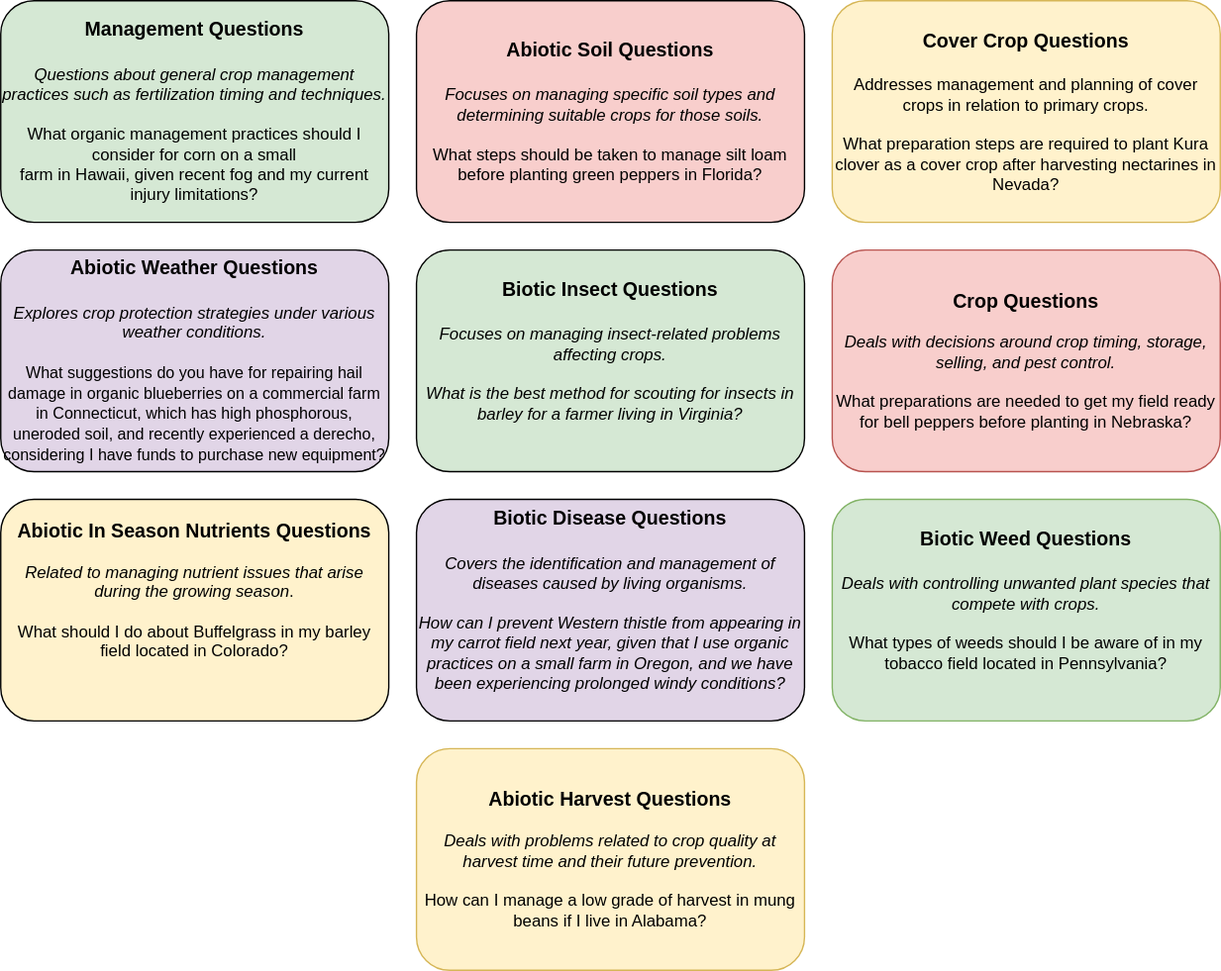
The draw.io diagram static/images/ag_question_categories_fixed2.svg in baskargroup/Ag_reasoning, before a commit. Source tidied: cells renumbered, new cells last; positions are measured from the earlier drawing's top-left corner, leaving out a move shared by most shapes.
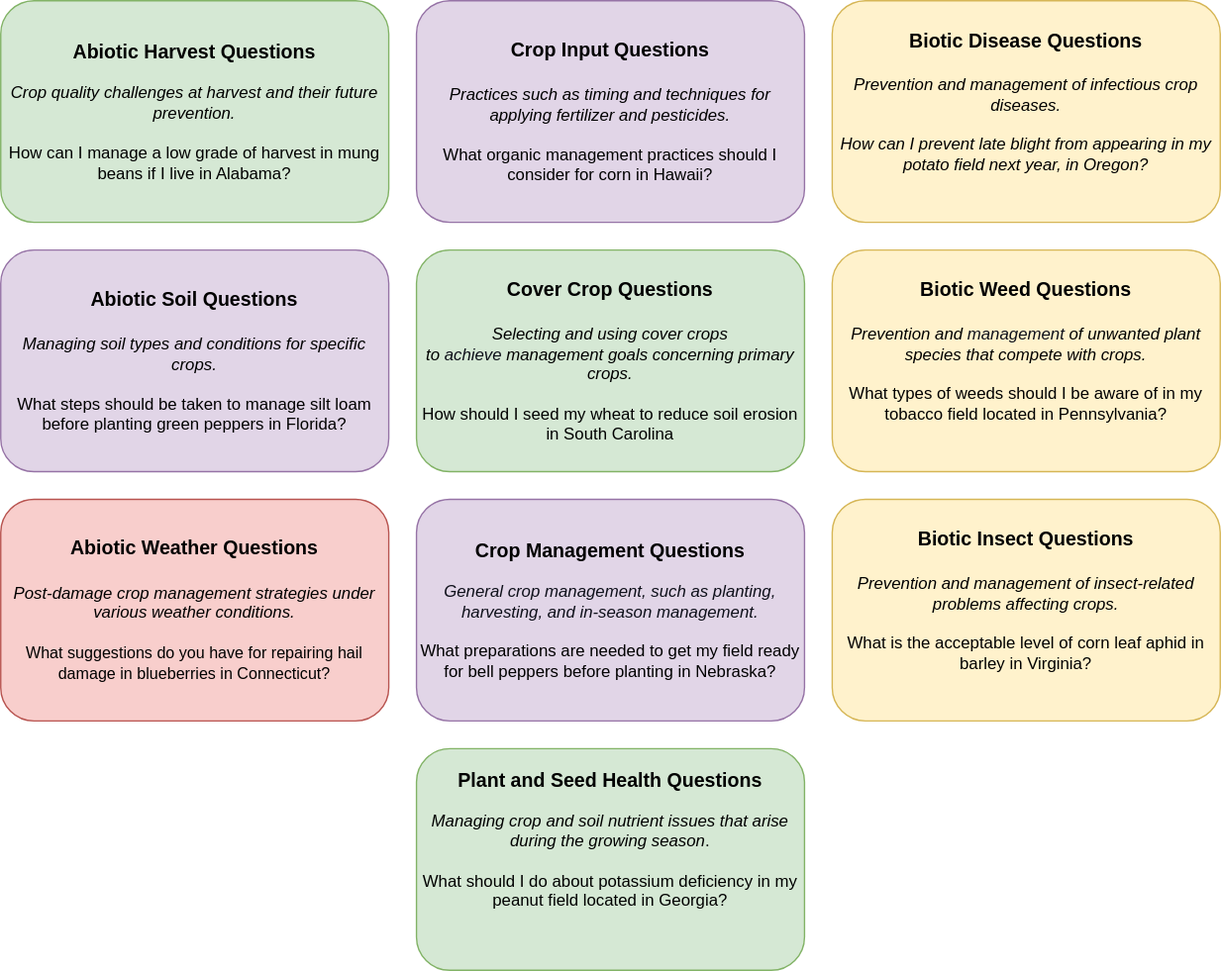
Later version of the same file.

What changed in the source:
```diff
@@ -2,35 +2,35 @@
   <root>
     <mxCell id="0" />
     <mxCell id="1" parent="0" />
+    <mxCell id="5" value="&lt;font style=&quot;font-size: 14px;&quot;&gt;&lt;b style=&quot;&quot;&gt;Cover Crop Questions&lt;/b&gt;&lt;/font&gt;&lt;div&gt;&lt;font style=&quot;font-size: 14px;&quot;&gt;&lt;b&gt;&lt;br&gt;&lt;/b&gt;&lt;/font&gt;&lt;i&gt;Selecting and using cover crops to&amp;nbsp;&lt;/i&gt;&lt;em style=&quot;color: rgb(14, 16, 26); background: transparent; margin-top:0pt; margin-bottom:0pt;&quot;&gt;achieve&amp;nbsp;&lt;/em&gt;&lt;i&gt;management goals concerning primary crops.&lt;/i&gt;&lt;br&gt;&lt;div&gt;&lt;br&gt;&lt;/div&gt;&lt;/div&gt;&lt;div&gt;How should I seed my wheat to reduce soil erosion in South Carolina&lt;/div&gt;" style="shape=rectangle;whiteSpace=wrap;html=1;rounded=1;fillColor=#d5e8d4;strokeColor=#82b366;" parent="1" vertex="1">
+      <mxGeometry x="300" y="180" width="280" height="160" as="geometry" />
+    </mxCell>
-    <mxCell id="2" value="&lt;font style=&quot;font-size: 14px;&quot;&gt;&lt;b style=&quot;&quot;&gt;Management Questions&lt;/b&gt;&lt;/font&gt;&lt;div&gt;&lt;font style=&quot;font-size: 14px;&quot;&gt;&lt;b&gt;&lt;br&gt;&lt;/b&gt;&lt;/font&gt;&lt;i&gt;Questions about general crop management practices such as fertilization timing and techniques.&lt;br&gt;&lt;/i&gt;&lt;br&gt;&lt;div&gt;What organic management practices should I consider for corn on a small &lt;br/&gt;farm in Hawaii, given recent fog and my current injury limitations?&lt;/div&gt;&lt;/div&gt;" style="shape=rectangle;whiteSpace=wrap;html=1;rounded=1;fillColor=#d5e8d4;strokeColor=#000000;" parent="1" vertex="1">
-      <mxGeometry width="280" height="160" as="geometry" />
+    <mxCell id="2" value="&lt;font style=&quot;font-size: 14px;&quot;&gt;&lt;b style=&quot;&quot;&gt;Crop Input Questions&lt;/b&gt;&lt;/font&gt;&lt;div&gt;&lt;font style=&quot;font-size: 14px;&quot;&gt;&lt;b&gt;&lt;br&gt;&lt;/b&gt;&lt;/font&gt;&lt;i&gt;Practices such as timing and techniques for applying fertilizer and pesticides.&lt;br&gt;&lt;/i&gt;&lt;br&gt;&lt;div&gt;What organic management practices should I consider for corn&amp;nbsp;in Hawaii?&lt;/div&gt;&lt;/div&gt;" style="shape=rectangle;whiteSpace=wrap;html=1;rounded=1;fillColor=#e1d5e7;strokeColor=#9673a6;" parent="1" vertex="1">
+      <mxGeometry x="300" width="280" height="160" as="geometry" />
     </mxCell>
-    <mxCell id="3" value="&lt;font style=&quot;font-size: 14px;&quot;&gt;&lt;b style=&quot;&quot;&gt;Abiotic Soil Questions&lt;/b&gt;&lt;/font&gt;&lt;div&gt;&lt;font style=&quot;font-size: 14px;&quot;&gt;&lt;b&gt;&lt;br&gt;&lt;/b&gt;&lt;/font&gt;&lt;i&gt;Focuses on managing specific soil types and determining suitable crops for those soils.&lt;br&gt;&lt;br&gt;&lt;/i&gt;&lt;div&gt;What steps should be taken to manage silt loam before planting green peppers in Florida?&lt;/div&gt;&lt;/div&gt;" style="shape=rectangle;whiteSpace=wrap;html=1;rounded=1;fillColor=#f8cecc;strokeColor=#000000;" parent="1" vertex="1">
-      <mxGeometry x="300" width="280" height="160" as="geometry" />
+    <mxCell id="3" value="&lt;font style=&quot;font-size: 14px;&quot;&gt;&lt;b style=&quot;&quot;&gt;Abiotic Soil Questions&lt;/b&gt;&lt;/font&gt;&lt;div&gt;&lt;font style=&quot;font-size: 14px;&quot;&gt;&lt;b&gt;&lt;br&gt;&lt;/b&gt;&lt;/font&gt;&lt;i&gt;Managing soil types and conditions for specific crops.&lt;br&gt;&lt;br&gt;&lt;/i&gt;&lt;div&gt;What steps should be taken to manage silt loam before planting green peppers in Florida?&lt;/div&gt;&lt;/div&gt;" style="shape=rectangle;whiteSpace=wrap;html=1;rounded=1;fillColor=#e1d5e7;strokeColor=#9673a6;" parent="1" vertex="1">
+      <mxGeometry y="180" width="280" height="160" as="geometry" />
     </mxCell>
-    <mxCell id="4" value="&lt;b&gt;&lt;font style=&quot;font-size: 14px;&quot;&gt;Crop Questions&lt;/font&gt;&lt;/b&gt;&lt;div&gt;&lt;b&gt;&lt;br&gt;&lt;/b&gt;&lt;i&gt;Deals with decisions around crop timing, storage, selling, and pest control.&lt;/i&gt;&lt;/div&gt;&lt;div&gt;&lt;i&gt;&lt;br&gt;&lt;/i&gt;&lt;div&gt;What preparations are needed to get my field ready for bell peppers before planting in Nebraska?&lt;/div&gt;&lt;/div&gt;" style="shape=rectangle;whiteSpace=wrap;html=1;rounded=1;fillColor=#f8cecc;strokeColor=#b85450;" parent="1" vertex="1">
-      <mxGeometry x="600" y="180" width="280" height="160" as="geometry" />
+    <mxCell id="4" value="&lt;b&gt;&lt;font style=&quot;font-size: 14px;&quot;&gt;Crop Management Questions&lt;/font&gt;&lt;/b&gt;&lt;div&gt;&lt;b&gt;&lt;br&gt;&lt;/b&gt;&lt;em style=&quot;color: rgb(14, 16, 26); background: transparent; margin-top:0pt; margin-bottom:0pt;&quot;&gt;General crop management, such as planting, harvesting, and in-season management.&lt;/em&gt;&lt;/div&gt;&lt;div&gt;&lt;i&gt;&lt;br&gt;&lt;/i&gt;&lt;div&gt;What preparations are needed to get my field ready for bell peppers before planting in Nebraska?&lt;/div&gt;&lt;/div&gt;" style="shape=rectangle;whiteSpace=wrap;html=1;rounded=1;fillColor=#e1d5e7;strokeColor=#9673a6;" parent="1" vertex="1">
+      <mxGeometry x="300" y="360" width="280" height="160" as="geometry" />
     </mxCell>
-    <mxCell id="5" value="&lt;font style=&quot;font-size: 14px;&quot;&gt;&lt;b style=&quot;&quot;&gt;Cover Crop Questions&lt;/b&gt;&lt;/font&gt;&lt;div&gt;&lt;font style=&quot;font-size: 14px;&quot;&gt;&lt;b&gt;&lt;br&gt;&lt;/b&gt;&lt;/font&gt;Addresses management and planning of cover crops in relation to primary crops.&lt;br&gt;&lt;div&gt;&lt;br&gt;&lt;/div&gt;&lt;/div&gt;&lt;div&gt;What preparation steps are required to plant Kura clover as a cover crop after harvesting nectarines in Nevada?&lt;/div&gt;" style="shape=rectangle;whiteSpace=wrap;html=1;rounded=1;fillColor=#fff2cc;strokeColor=#d6b656;" parent="1" vertex="1">
-      <mxGeometry x="600" width="280" height="160" as="geometry" />
-    </mxCell>
-    <mxCell id="6" value="&lt;font style=&quot;font-size: 14px;&quot;&gt;&lt;b style=&quot;&quot;&gt;Abiotic Weather Questions&lt;/b&gt;&lt;/font&gt;&lt;div&gt;&lt;font style=&quot;font-size: 14px;&quot;&gt;&lt;b&gt;&lt;br&gt;&lt;/b&gt;&lt;/font&gt;&lt;i&gt;Explores crop protection strategies under various weather conditions.&lt;br&gt;&lt;/i&gt;&lt;div&gt;&lt;br&gt;&lt;/div&gt;&lt;/div&gt;&lt;div&gt;&lt;font style=&quot;font-size: 11.5px;&quot;&gt;What suggestions do you have for repairing hail damage in organic blueberries on a commercial farm in Connecticut, which has high phosphorous, uneroded soil, and recently experienced a derecho, considering I have funds to purchase new equipment?&lt;/font&gt;&lt;/div&gt;" style="shape=rectangle;whiteSpace=wrap;html=1;rounded=1;fillColor=#e1d5e7;strokeColor=#000000;" parent="1" vertex="1">
-      <mxGeometry y="180" width="280" height="160" as="geometry" />
+    <mxCell id="6" value="&lt;font style=&quot;font-size: 14px;&quot;&gt;&lt;b style=&quot;&quot;&gt;Abiotic Weather Questions&lt;/b&gt;&lt;/font&gt;&lt;div&gt;&lt;font style=&quot;font-size: 14px;&quot;&gt;&lt;b&gt;&lt;br&gt;&lt;/b&gt;&lt;/font&gt;&lt;i&gt;Post-damage crop management strategies under various weather conditions.&lt;br&gt;&lt;/i&gt;&lt;div&gt;&lt;br&gt;&lt;/div&gt;&lt;/div&gt;&lt;div&gt;&lt;font style=&quot;font-size: 11.5px;&quot;&gt;What suggestions do you have for repairing hail damage in blueberries in Connecticut?&lt;/font&gt;&lt;/div&gt;" style="shape=rectangle;whiteSpace=wrap;html=1;rounded=1;fillColor=#f8cecc;strokeColor=#b85450;" parent="1" vertex="1">
+      <mxGeometry y="360" width="280" height="160" as="geometry" />
     </mxCell>
-    <mxCell id="7" value="&lt;font style=&quot;font-size: 14px;&quot;&gt;&lt;b style=&quot;&quot;&gt;Abiotic Harvest Questions&lt;/b&gt;&lt;br&gt;&lt;/font&gt;&lt;br&gt;&lt;div&gt;&lt;i&gt;Deals with problems related to crop quality at harvest time and their future prevention.&lt;br&gt;&lt;/i&gt;&lt;br&gt;How can I manage a low grade of harvest in mung beans if I live in Alabama?&lt;/div&gt;" style="shape=rectangle;whiteSpace=wrap;html=1;rounded=1;fillColor=#fff2cc;strokeColor=#d6b656;" parent="1" vertex="1">
-      <mxGeometry x="300" y="540" width="280" height="160" as="geometry" />
+    <mxCell id="7" value="&lt;font style=&quot;font-size: 14px;&quot;&gt;&lt;b style=&quot;&quot;&gt;Abiotic Harvest Questions&lt;/b&gt;&lt;br&gt;&lt;/font&gt;&lt;br&gt;&lt;div&gt;&lt;i&gt;Crop quality challenges at harvest and their future prevention.&lt;br&gt;&lt;/i&gt;&lt;br&gt;How can I manage a low grade of harvest in mung beans if I live in Alabama?&lt;/div&gt;" style="shape=rectangle;whiteSpace=wrap;html=1;rounded=1;fillColor=#d5e8d4;strokeColor=#82b366;" parent="1" vertex="1">
+      <mxGeometry width="280" height="160" as="geometry" />
     </mxCell>
-    <mxCell id="8" value="&lt;font style=&quot;font-size: 14px;&quot;&gt;&lt;b style=&quot;&quot;&gt;Abiotic In Season Nutrients Questions&lt;/b&gt;&lt;br&gt;&lt;/font&gt;&lt;br&gt;&lt;i&gt;Related to managing nutrient issues that arise during the growing season&lt;/i&gt;&lt;span style=&quot;background-color: transparent; color: light-dark(rgb(0, 0, 0), rgb(255, 255, 255));&quot;&gt;.&lt;/span&gt;&lt;div&gt;&lt;br&gt;&lt;div&gt;&lt;div&gt;What should I do about Buffelgrass in my barley field located in Colorado?&lt;br&gt;&lt;br&gt;&lt;div&gt;&lt;br&gt;&lt;/div&gt;&lt;/div&gt;&lt;/div&gt;&lt;/div&gt;" style="shape=rectangle;whiteSpace=wrap;html=1;rounded=1;fillColor=#fff2cc;strokeColor=#000000;" parent="1" vertex="1">
-      <mxGeometry y="360" width="280" height="160" as="geometry" />
+    <mxCell id="8" value="&lt;font style=&quot;font-size: 14px;&quot;&gt;&lt;b style=&quot;&quot;&gt;Plant and Seed Health Questions&lt;/b&gt;&lt;br&gt;&lt;/font&gt;&lt;br&gt;&lt;i&gt;Managing crop and soil nutrient issues that arise during the growing season&lt;/i&gt;&lt;span style=&quot;background-color: transparent; color: light-dark(rgb(0, 0, 0), rgb(255, 255, 255));&quot;&gt;.&lt;/span&gt;&lt;div&gt;&lt;br&gt;&lt;div&gt;&lt;div&gt;What should I do about potassium&amp;nbsp;deficiency in my peanut field located in Georgia?&lt;br&gt;&lt;br&gt;&lt;div&gt;&lt;br&gt;&lt;/div&gt;&lt;/div&gt;&lt;/div&gt;&lt;/div&gt;" style="shape=rectangle;whiteSpace=wrap;html=1;rounded=1;fillColor=#d5e8d4;strokeColor=#82b366;" parent="1" vertex="1">
+      <mxGeometry x="300" y="540" width="280" height="160" as="geometry" />
     </mxCell>
-    <mxCell id="9" value="&lt;font style=&quot;font-size: 14px;&quot;&gt;&lt;b style=&quot;&quot;&gt;Biotic Disease Questions&lt;/b&gt;&lt;/font&gt;&lt;div&gt;&lt;i&gt;&lt;font style=&quot;font-size: 14px;&quot;&gt;&lt;b&gt;&lt;br&gt;&lt;/b&gt;&lt;/font&gt;Covers the identification and management of diseases caused by living organisms.&lt;/i&gt;&lt;/div&gt;&lt;div&gt;&lt;i&gt;&lt;br&gt;&lt;/i&gt;&lt;/div&gt;&lt;div&gt;&lt;i&gt;How can I prevent Western thistle from appearing in my carrot field next year, given that I use organic practices on a small farm in Oregon, and we have been experiencing prolonged windy conditions?&lt;/i&gt;&lt;br&gt;&lt;div&gt;&lt;br&gt;&lt;/div&gt;&lt;/div&gt;" style="shape=rectangle;whiteSpace=wrap;html=1;rounded=1;fillColor=#e1d5e7;strokeColor=#000000;" parent="1" vertex="1">
-      <mxGeometry x="300" y="360" width="280" height="160" as="geometry" />
+    <mxCell id="9" value="&lt;font style=&quot;font-size: 14px;&quot;&gt;&lt;b style=&quot;&quot;&gt;Biotic Disease Questions&lt;/b&gt;&lt;/font&gt;&lt;div&gt;&lt;i&gt;&lt;font style=&quot;font-size: 14px;&quot;&gt;&lt;b&gt;&lt;br&gt;&lt;/b&gt;&lt;/font&gt;Prevention and management of infectious crop diseases.&lt;/i&gt;&lt;/div&gt;&lt;div&gt;&lt;i&gt;&lt;br&gt;&lt;/i&gt;&lt;/div&gt;&lt;div&gt;&lt;i&gt;How can I prevent late blight from appearing in my potato field next year, in Oregon?&lt;/i&gt;&lt;br&gt;&lt;div&gt;&lt;br&gt;&lt;/div&gt;&lt;/div&gt;" style="shape=rectangle;whiteSpace=wrap;html=1;rounded=1;fillColor=#fff2cc;strokeColor=#d6b656;" parent="1" vertex="1">
+      <mxGeometry x="600" width="280" height="160" as="geometry" />
     </mxCell>
-    <mxCell id="10" value="&lt;font style=&quot;font-size: 14px;&quot;&gt;&lt;b style=&quot;&quot;&gt;Biotic Insect Questions&lt;/b&gt;&lt;/font&gt;&lt;div&gt;&lt;i&gt;&lt;font style=&quot;font-size: 14px;&quot;&gt;&lt;b&gt;&lt;br&gt;&lt;/b&gt;&lt;/font&gt;Focuses on managing insect-related problems affecting crops.&lt;br&gt;&lt;br&gt;What is the best method for scouting for insects in barley for a farmer living in Virginia?&lt;/i&gt;&lt;br&gt;&lt;div&gt;&lt;br&gt;&lt;/div&gt;&lt;/div&gt;" style="shape=rectangle;whiteSpace=wrap;html=1;rounded=1;fillColor=#d5e8d4;strokeColor=#000000;" parent="1" vertex="1">
-      <mxGeometry x="300" y="180" width="280" height="160" as="geometry" />
+    <mxCell id="10" value="&lt;font style=&quot;font-size: 14px;&quot;&gt;&lt;b style=&quot;&quot;&gt;Biotic Insect Questions&lt;/b&gt;&lt;/font&gt;&lt;div&gt;&lt;i&gt;&lt;font style=&quot;font-size: 14px;&quot;&gt;&lt;b&gt;&lt;br&gt;&lt;/b&gt;&lt;/font&gt;Prevention and management of insect-related problems affecting crops.&lt;br&gt;&lt;br&gt;&lt;/i&gt;What is the acceptable level of corn leaf aphid in barley in Virginia?&lt;br&gt;&lt;div&gt;&lt;br&gt;&lt;/div&gt;&lt;/div&gt;" style="shape=rectangle;whiteSpace=wrap;html=1;rounded=1;fillColor=#fff2cc;strokeColor=#d6b656;" parent="1" vertex="1">
+      <mxGeometry x="600" y="360" width="280" height="160" as="geometry" />
     </mxCell>
-    <mxCell id="11" value="&lt;font style=&quot;font-size: 14px;&quot;&gt;&lt;b style=&quot;&quot;&gt;Biotic Weed Questions&lt;/b&gt;&lt;/font&gt;&lt;div&gt;&lt;i&gt;&lt;font style=&quot;font-size: 14px;&quot;&gt;&lt;b&gt;&lt;br&gt;&lt;/b&gt;&lt;/font&gt;Deals with controlling unwanted plant species that compete with crops.&lt;br&gt;&lt;/i&gt;&lt;br&gt;What types of weeds should I be aware of in my tobacco field located in Pennsylvania?&lt;br&gt;&lt;div&gt;&lt;br&gt;&lt;/div&gt;&lt;/div&gt;" style="shape=rectangle;whiteSpace=wrap;html=1;rounded=1;fillColor=#d5e8d4;strokeColor=#82b366;" parent="1" vertex="1">
-      <mxGeometry x="600" y="360" width="280" height="160" as="geometry" />
+    <mxCell id="11" value="&lt;font style=&quot;font-size: 14px;&quot;&gt;&lt;b style=&quot;&quot;&gt;Biotic Weed Questions&lt;/b&gt;&lt;/font&gt;&lt;div&gt;&lt;i&gt;&lt;font style=&quot;font-size: 14px;&quot;&gt;&lt;b&gt;&lt;br&gt;&lt;/b&gt;&lt;/font&gt;Prevention and&amp;nbsp;&lt;/i&gt;&lt;em style=&quot;color: rgb(14, 16, 26); background: transparent; margin-top:0pt; margin-bottom:0pt;&quot;&gt;management&amp;nbsp;&lt;/em&gt;&lt;i&gt;of unwanted plant species that compete with crops.&lt;br&gt;&lt;/i&gt;&lt;br&gt;What types of weeds should I be aware of in my tobacco field located in Pennsylvania?&lt;br&gt;&lt;div&gt;&lt;br&gt;&lt;/div&gt;&lt;/div&gt;" style="shape=rectangle;whiteSpace=wrap;html=1;rounded=1;fillColor=#fff2cc;strokeColor=#d6b656;" parent="1" vertex="1">
+      <mxGeometry x="600" y="180" width="280" height="160" as="geometry" />
     </mxCell>
   </root>
 </mxGraphModel>
```
